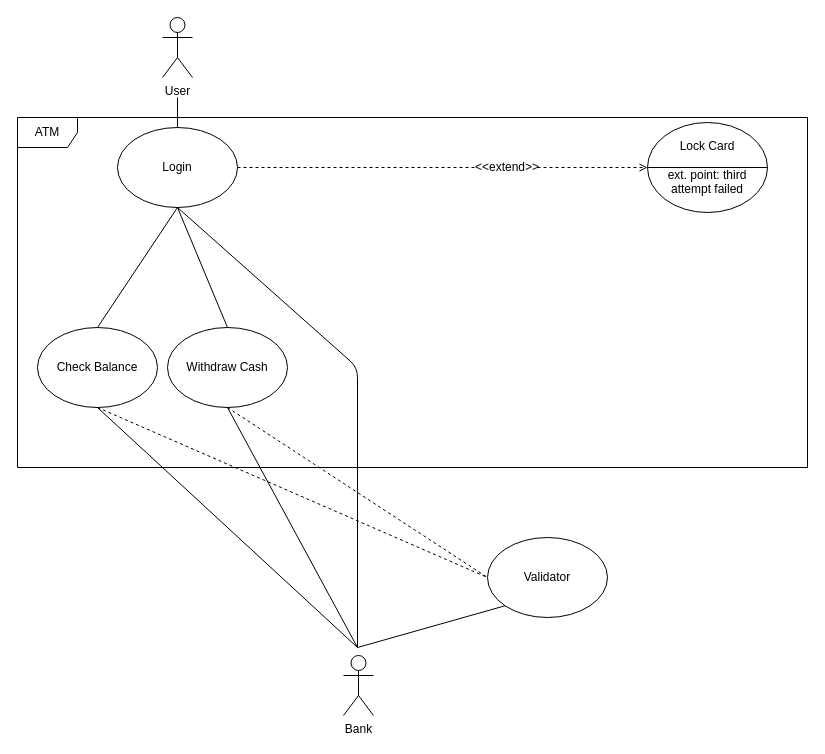
Tr-T59/Study keeps this draw.io diagram as UML/11062022/UseCase.drawio. Above is the earlier version. Source tidied: cells renumbered, new cells numbered last; positions are measured from the earlier drawing's top-left corner, leaving out a move shared by most shapes. Both pictures are drawn from the tidied source at 100%, with x=0, y=0 at pixel (17, 17).
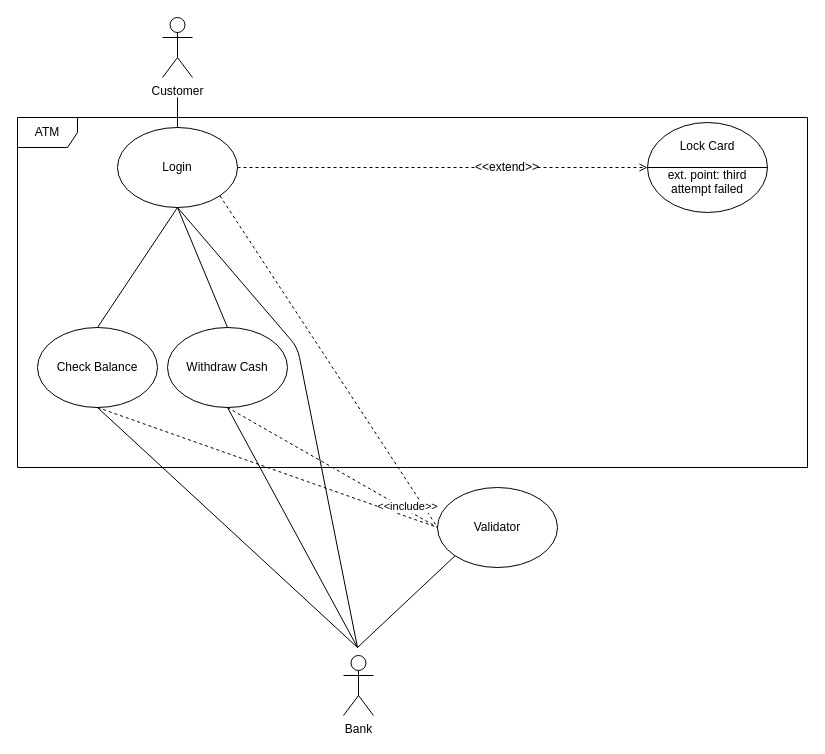
The same page after the edit.

Unchanged cells that the change refers to:
```xml
<mxCell id="8" value="Login" style="ellipse;whiteSpace=wrap;html=1;" parent="1" vertex="1">
  <mxGeometry x="100" y="110" width="120" height="80" as="geometry" />
</mxCell>
```

Change to the diagram source:
```diff
@@
-    <mxCell id="3" value="User" style="shape=umlActor;verticalLabelPosition=bottom;verticalAlign=top;html=1;" parent="1" vertex="1">
+    <mxCell id="3" value="Customer" style="shape=umlActor;verticalLabelPosition=bottom;verticalAlign=top;html=1;" parent="1" vertex="1">
       <mxGeometry x="145" width="30" height="60" as="geometry" />
     </mxCell>
@@
     <mxCell id="6" value="Validator" style="ellipse;whiteSpace=wrap;html=1;" parent="1" vertex="1">
-      <mxGeometry x="470" y="520" width="120" height="80" as="geometry" />
+      <mxGeometry x="420" y="470" width="120" height="80" as="geometry" />
     </mxCell>
@@
     <mxCell id="17" style="endArrow=none;html=1;exitX=0.5;exitY=1;exitDx=0;exitDy=0;" parent="1" edge="1" source="8">
       <mxGeometry relative="1" as="geometry">
         <mxPoint x="340" y="630" as="targetPoint" />
         <Array as="points">
-          <mxPoint x="340" y="350" />
+          <mxPoint x="280" y="330" />
         </Array>
       </mxGeometry>
     </mxCell>
@@
+    <mxCell id="23" value="&amp;lt;&amp;lt;include&amp;gt;&amp;gt;" style="endArrow=none;dashed=1;html=1;exitX=1;exitY=1;exitDx=0;exitDy=0;entryX=0;entryY=0.5;entryDx=0;entryDy=0;" parent="1" edge="1" source="8" target="6">
+      <mxGeometry x="0.83" y="-14" relative="1" as="geometry" />
+    </mxCell>
```
